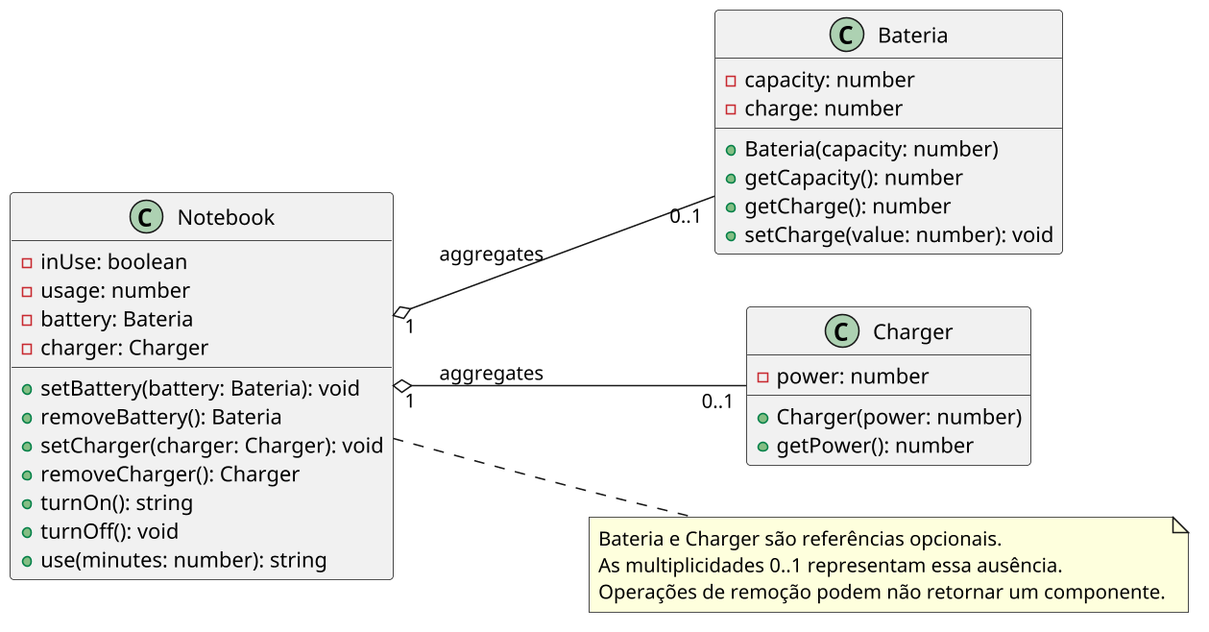
This is labs/notebook/assets/diagrama.png from qxcodepoo/arcade, a PlantUML export, as it was before one commit.
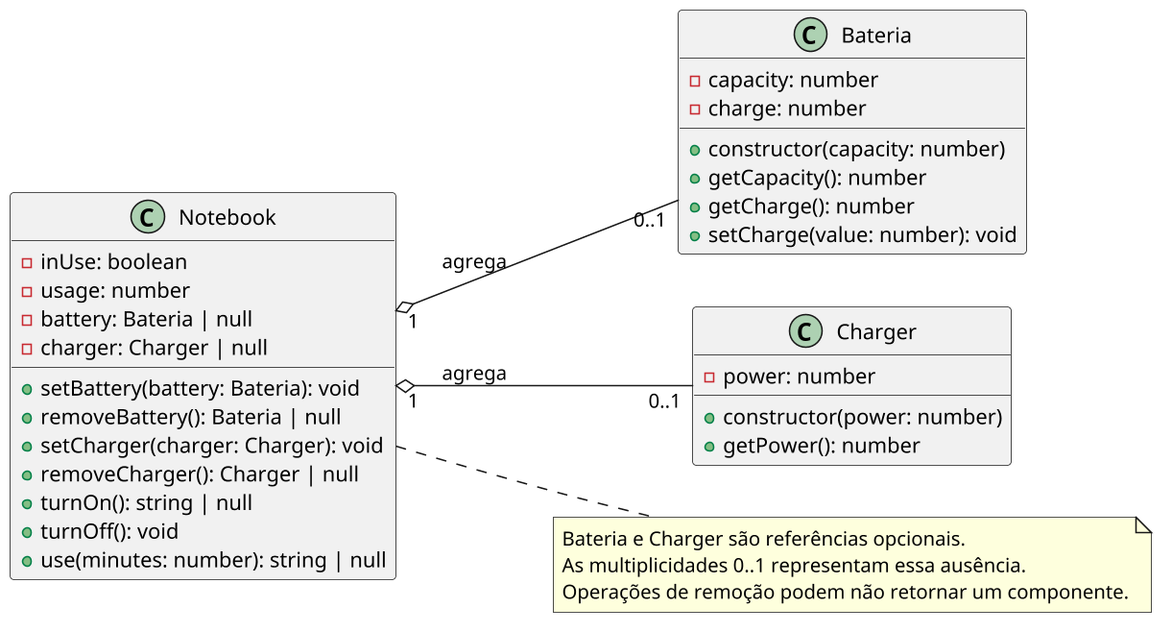
Above is the later version.

Change to the diagram source:
```diff
@@ -7,23 +7,23 @@
 class Notebook {
   - inUse: boolean
   - usage: number
-  - battery: Bateria
-  - charger: Charger
+  - battery: Bateria | null
+  - charger: Charger | null
   __
   + setBattery(battery: Bateria): void
-  + removeBattery(): Bateria
+  + removeBattery(): Bateria | null
   + setCharger(charger: Charger): void
-  + removeCharger(): Charger
-  + turnOn(): string
+  + removeCharger(): Charger | null
+  + turnOn(): string | null
   + turnOff(): void
-  + use(minutes: number): string
+  + use(minutes: number): string | null
 }
 
 class Bateria {
   - capacity: number
   - charge: number
   __
-  + Bateria(capacity: number)
+  + constructor(capacity: number)
   + getCapacity(): number
   + getCharge(): number
   + setCharge(value: number): void
@@ -32,12 +32,12 @@
 class Charger {
   - power: number
   __
-  + Charger(power: number)
+  + constructor(power: number)
   + getPower(): number
 }
 
-Notebook "1" o-- "0..1" Bateria : aggregates
-Notebook "1" o-- "0..1" Charger : aggregates
+Notebook "1" o-- "0..1" Bateria : agrega
+Notebook "1" o-- "0..1" Charger : agrega
 
 note right of Notebook
   Bateria e Charger são referências opcionais.
```
